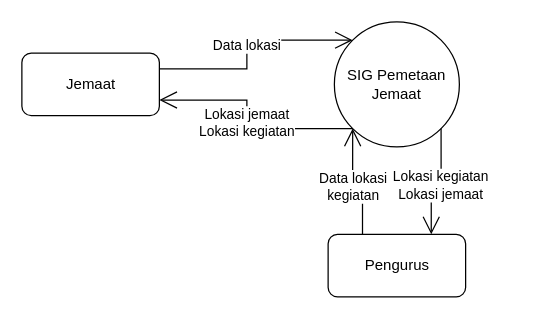
Raymond-15/requirements keeps this draw.io diagram as page "Page-1" (1 of 5) of DFD.drawio. Above is the earlier version. Source tidied: cells renumbered, new cells numbered last; positions are measured from the earlier drawing's top-left corner, leaving out a move shared by most shapes. Both pictures are drawn from the tidied source at 125%, with x=0, y=0 at pixel (21, 21).
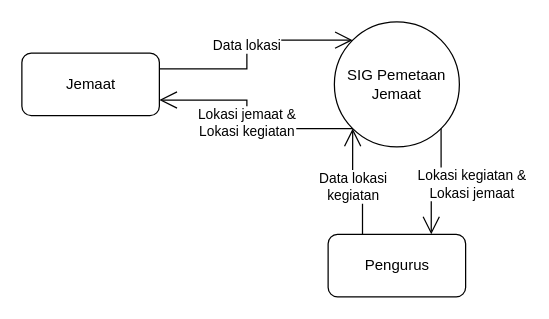
The same diagram, later.

Diff of the diagram source:
```diff
@@
 <mxGraphModel>
   <root>
     <mxCell id="0" />
     <mxCell id="1" parent="0" />
     <mxCell id="2" value="SIG Pemetaan Jemaat" style="ellipse;whiteSpace=wrap;html=1;rounded=1;" parent="1" vertex="1">
       <mxGeometry x="250" width="100" height="100" as="geometry" />
     </mxCell>
     <mxCell id="3" value="Jemaat" style="html=1;rounded=1;" parent="1" vertex="1">
       <mxGeometry y="25" width="110" height="50" as="geometry" />
     </mxCell>
     <mxCell id="4" value="Pengurus" style="html=1;rounded=1;" parent="1" vertex="1">
       <mxGeometry x="245" y="170" width="110" height="50" as="geometry" />
     </mxCell>
     <mxCell id="5" value="Data lokasi" style="endArrow=open;endFill=1;endSize=12;html=1;rounded=0;exitX=1;exitY=0.25;exitDx=0;exitDy=0;entryX=0;entryY=0;entryDx=0;entryDy=0;edgeStyle=orthogonalEdgeStyle;" parent="1" edge="1" source="3" target="2">
       <mxGeometry relative="1" as="geometry" />
     </mxCell>
-    <mxCell id="6" value="Lokasi jemaat&lt;br&gt;Lokasi kegiatan" style="endArrow=open;endFill=1;endSize=12;html=1;rounded=0;entryX=1;entryY=0.75;entryDx=0;entryDy=0;edgeStyle=orthogonalEdgeStyle;exitX=0;exitY=1;exitDx=0;exitDy=0;" parent="1" edge="1" source="2" target="3">
+    <mxCell id="6" value="Lokasi jemaat &amp;amp;&lt;br&gt;Lokasi kegiatan" style="endArrow=open;endFill=1;endSize=12;html=1;rounded=0;entryX=1;entryY=0.75;entryDx=0;entryDy=0;edgeStyle=orthogonalEdgeStyle;exitX=0;exitY=1;exitDx=0;exitDy=0;" parent="1" edge="1" source="2" target="3">
       <mxGeometry relative="1" as="geometry" />
     </mxCell>
     <mxCell id="7" value="Data lokasi &lt;br&gt;kegiatan" style="endArrow=open;endFill=1;endSize=12;html=1;rounded=0;exitX=0.25;exitY=0;exitDx=0;exitDy=0;entryX=0;entryY=1;entryDx=0;entryDy=0;edgeStyle=orthogonalEdgeStyle;" parent="1" edge="1" source="4" target="2">
       <mxGeometry relative="1" as="geometry" />
     </mxCell>
-    <mxCell id="8" value="Lokasi kegiatan&lt;br&gt;Lokasi jemaat" style="endArrow=open;endFill=1;endSize=12;html=1;rounded=0;exitX=1;exitY=1;exitDx=0;exitDy=0;entryX=0.75;entryY=0;entryDx=0;entryDy=0;edgeStyle=orthogonalEdgeStyle;" parent="1" edge="1" source="2" target="4">
-      <mxGeometry relative="1" as="geometry" />
+    <mxCell id="8" value="Lokasi kegiatan &amp;amp;&lt;br&gt;Lokasi jemaat" style="endArrow=open;endFill=1;endSize=12;html=1;rounded=0;exitX=1;exitY=1;exitDx=0;exitDy=0;entryX=0.75;entryY=0;entryDx=0;entryDy=0;edgeStyle=orthogonalEdgeStyle;" parent="1" edge="1" source="2" target="4">
+      <mxGeometry x="-0.03" y="25" relative="1" as="geometry" />
     </mxCell>
   </root>
 </mxGraphModel>
```
